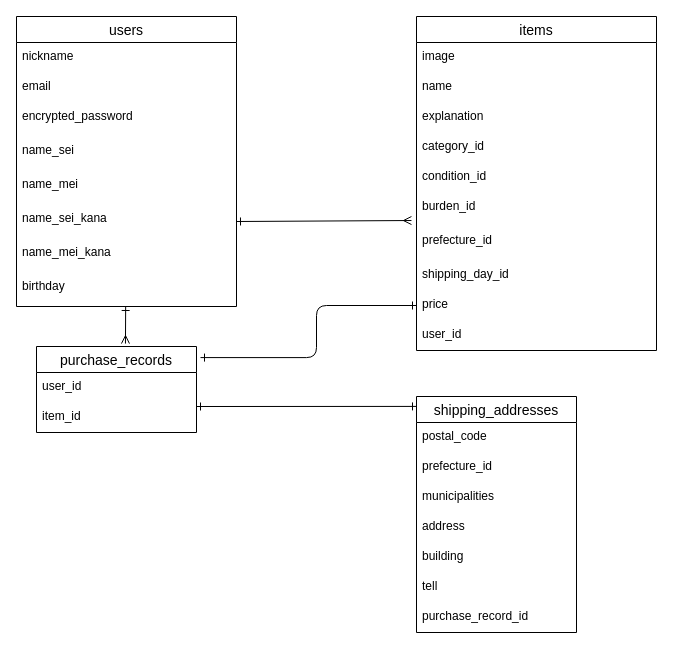
The draw.io diagram ER.dio in kazuhiro-na/furima-37427, before the edit. Source tidied: cells renumbered, new cells numbered last; positions are measured from the earlier drawing's top-left corner, leaving out a move shared by most shapes. Both pictures are drawn from the tidied source at 100%, with x=0, y=0 at pixel (16, 16).
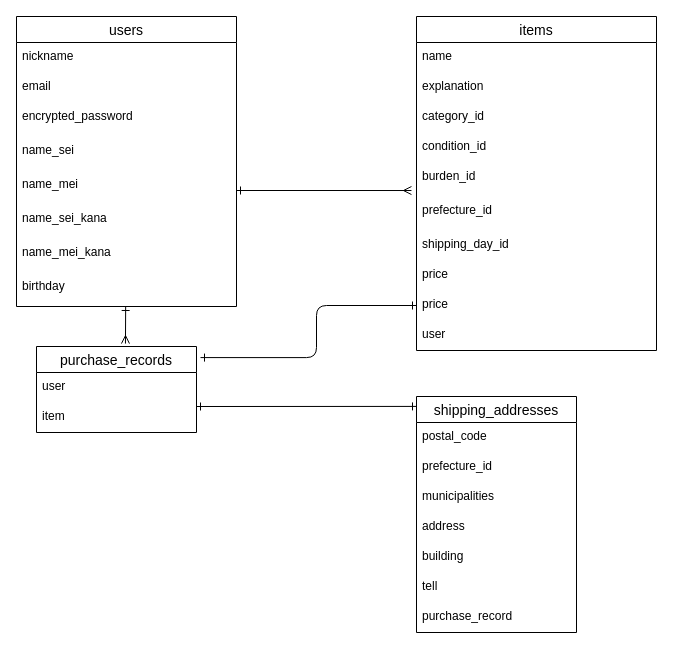
After the change.

The change refers to these unchanged cells:
```xml
<mxCell id="9" value="name_sei_kana" style="text;strokeColor=none;fillColor=none;spacingLeft=4;spacingRight=4;overflow=hidden;points=[[0,0.5],[1,0.5]];portConstraint=eastwest;fontSize=12;" parent="3" vertex="1">
  <mxGeometry y="188" width="220" height="34" as="geometry" />
</mxCell>
<mxCell id="12" value="items" style="swimlane;fontStyle=0;horizontal=1;startSize=26;align=center;fontSize=14;" parent="1" vertex="1">
  <mxGeometry x="400" width="240" height="334" as="geometry" />
</mxCell>
<mxCell id="21" value="price" style="text;strokeColor=none;fillColor=none;spacingLeft=4;spacingRight=4;overflow=hidden;points=[[0,0.5],[1,0.5]];portConstraint=eastwest;fontSize=12;" parent="12" vertex="1">
  <mxGeometry y="274" width="240" height="30" as="geometry" />
</mxCell>
<mxCell id="24" value="purchase_records" style="swimlane;fontStyle=0;horizontal=1;startSize=26;align=center;fontSize=14;" parent="1" vertex="1">
  <mxGeometry x="20" y="330" width="160" height="86" as="geometry" />
</mxCell>
<mxCell id="27" value="shipping_addresses" style="swimlane;fontStyle=0;horizontal=1;startSize=26;align=center;fontSize=14;" parent="1" vertex="1">
  <mxGeometry x="400" y="380" width="160" height="236" as="geometry" />
</mxCell>
```

Change to the diagram source:
```diff
@@
-    <mxCell id="13" value="image" style="text;strokeColor=none;fillColor=none;spacingLeft=4;spacingRight=4;overflow=hidden;fontSize=12;" parent="12" vertex="1">
-      <mxGeometry y="26" width="240" height="30" as="geometry" />
-    </mxCell>
     <mxCell id="14" value="name" style="text;strokeColor=none;fillColor=none;spacingLeft=4;spacingRight=4;overflow=hidden;fontSize=12;" parent="12" vertex="1">
-      <mxGeometry y="56" width="240" height="30" as="geometry" />
+      <mxGeometry y="26" width="240" height="30" as="geometry" />
     </mxCell>
     <mxCell id="15" value="explanation" style="text;strokeColor=none;fillColor=none;spacingLeft=4;spacingRight=4;overflow=hidden;fontSize=12;" parent="12" vertex="1">
-      <mxGeometry y="86" width="240" height="30" as="geometry" />
+      <mxGeometry y="56" width="240" height="30" as="geometry" />
     </mxCell>
     <mxCell id="16" value="category_id" style="text;strokeColor=none;fillColor=none;spacingLeft=4;spacingRight=4;overflow=hidden;fontSize=12;" parent="12" vertex="1">
-      <mxGeometry y="116" width="240" height="30" as="geometry" />
+      <mxGeometry y="86" width="240" height="30" as="geometry" />
     </mxCell>
     <mxCell id="17" value="condition_id" style="text;strokeColor=none;fillColor=none;spacingLeft=4;spacingRight=4;overflow=hidden;fontSize=12;" parent="12" vertex="1">
-      <mxGeometry y="146" width="240" height="30" as="geometry" />
+      <mxGeometry y="116" width="240" height="30" as="geometry" />
     </mxCell>
     <mxCell id="18" value="burden_id" style="text;strokeColor=none;fillColor=none;spacingLeft=4;spacingRight=4;overflow=hidden;points=[[0,0.5],[1,0.5]];portConstraint=eastwest;fontSize=12;" parent="12" vertex="1">
-      <mxGeometry y="176" width="240" height="34" as="geometry" />
+      <mxGeometry y="146" width="240" height="34" as="geometry" />
     </mxCell>
     <mxCell id="19" value="prefecture_id" style="text;strokeColor=none;fillColor=none;spacingLeft=4;spacingRight=4;overflow=hidden;fontSize=12;" parent="12" vertex="1">
-      <mxGeometry y="210" width="240" height="34" as="geometry" />
+      <mxGeometry y="180" width="240" height="34" as="geometry" />
     </mxCell>
     <mxCell id="20" value="shipping_day_id" style="text;strokeColor=none;fillColor=none;spacingLeft=4;spacingRight=4;overflow=hidden;fontSize=12;" parent="12" vertex="1">
-      <mxGeometry y="244" width="240" height="30" as="geometry" />
+      <mxGeometry y="214" width="240" height="30" as="geometry" />
     </mxCell>
+    <mxCell id="37" value="price" style="text;strokeColor=none;fillColor=none;spacingLeft=4;spacingRight=4;overflow=hidden;fontSize=12;" parent="12" vertex="1">
+      <mxGeometry y="244" width="240" height="30" as="geometry" />
+    </mxCell>
@@
-    <mxCell id="22" value="user_id" style="text;strokeColor=none;fillColor=none;spacingLeft=4;spacingRight=4;overflow=hidden;fontSize=12;" parent="12" vertex="1">
+    <mxCell id="22" value="user" style="text;strokeColor=none;fillColor=none;spacingLeft=4;spacingRight=4;overflow=hidden;fontSize=12;" parent="12" vertex="1">
       <mxGeometry y="304" width="240" height="30" as="geometry" />
     </mxCell>
-    <mxCell id="23" style="edgeStyle=none;html=1;exitX=1;exitY=0.5;exitDx=0;exitDy=0;rounded=1;startArrow=ERone;startFill=0;endArrow=ERmany;endFill=0;entryX=-0.021;entryY=0.824;entryDx=0;entryDy=0;entryPerimeter=0;strokeWidth=1;" parent="1" edge="1" source="9" target="18">
-      <mxGeometry relative="1" as="geometry" />
+    <mxCell id="23" style="edgeStyle=none;html=1;rounded=1;startArrow=ERone;startFill=0;endArrow=ERmany;endFill=0;entryX=-0.021;entryY=0.824;entryDx=0;entryDy=0;entryPerimeter=0;strokeWidth=1;" parent="1" edge="1" target="18">
+      <mxGeometry relative="1" as="geometry">
+        <mxPoint x="220" y="174" as="sourcePoint" />
+      </mxGeometry>
     </mxCell>
@@
-    <mxCell id="25" value="user_id" style="text;strokeColor=none;fillColor=none;spacingLeft=4;spacingRight=4;overflow=hidden;fontSize=12;" parent="24" vertex="1">
+    <mxCell id="25" value="user" style="text;strokeColor=none;fillColor=none;spacingLeft=4;spacingRight=4;overflow=hidden;fontSize=12;" parent="24" vertex="1">
       <mxGeometry y="26" width="160" height="30" as="geometry" />
     </mxCell>
-    <mxCell id="26" value="item_id" style="text;strokeColor=none;fillColor=none;spacingLeft=4;spacingRight=4;overflow=hidden;fontSize=12;" parent="24" vertex="1">
+    <mxCell id="26" value="item" style="text;strokeColor=none;fillColor=none;spacingLeft=4;spacingRight=4;overflow=hidden;fontSize=12;" parent="24" vertex="1">
       <mxGeometry y="56" width="160" height="30" as="geometry" />
     </mxCell>
@@
-    <mxCell id="34" value="purchase_record_id" style="text;strokeColor=none;fillColor=none;spacingLeft=4;spacingRight=4;overflow=hidden;fontSize=12;" parent="27" vertex="1">
+    <mxCell id="34" value="purchase_record" style="text;strokeColor=none;fillColor=none;spacingLeft=4;spacingRight=4;overflow=hidden;fontSize=12;" parent="27" vertex="1">
       <mxGeometry y="206" width="160" height="30" as="geometry" />
     </mxCell>
-    <mxCell id="35" style="edgeStyle=orthogonalEdgeStyle;rounded=1;html=1;exitX=0;exitY=0.5;exitDx=0;exitDy=0;entryX=1.025;entryY=0.129;entryDx=0;entryDy=0;entryPerimeter=0;startArrow=ERone;startFill=0;endArrow=ERone;endFill=0;" parent="1" edge="1" source="21" target="24">
+    <mxCell id="35" style="edgeStyle=orthogonalEdgeStyle;rounded=1;html=1;entryX=1.025;entryY=0.129;entryDx=0;entryDy=0;entryPerimeter=0;startArrow=ERone;startFill=0;endArrow=ERone;endFill=0;exitX=0;exitY=0.5;exitDx=0;exitDy=0;" parent="1" edge="1" source="21" target="24">
       <mxGeometry relative="1" as="geometry">
         <Array as="points">
           <mxPoint x="300" y="289" />
           <mxPoint x="300" y="341" />
         </Array>
       </mxGeometry>
     </mxCell>
```
